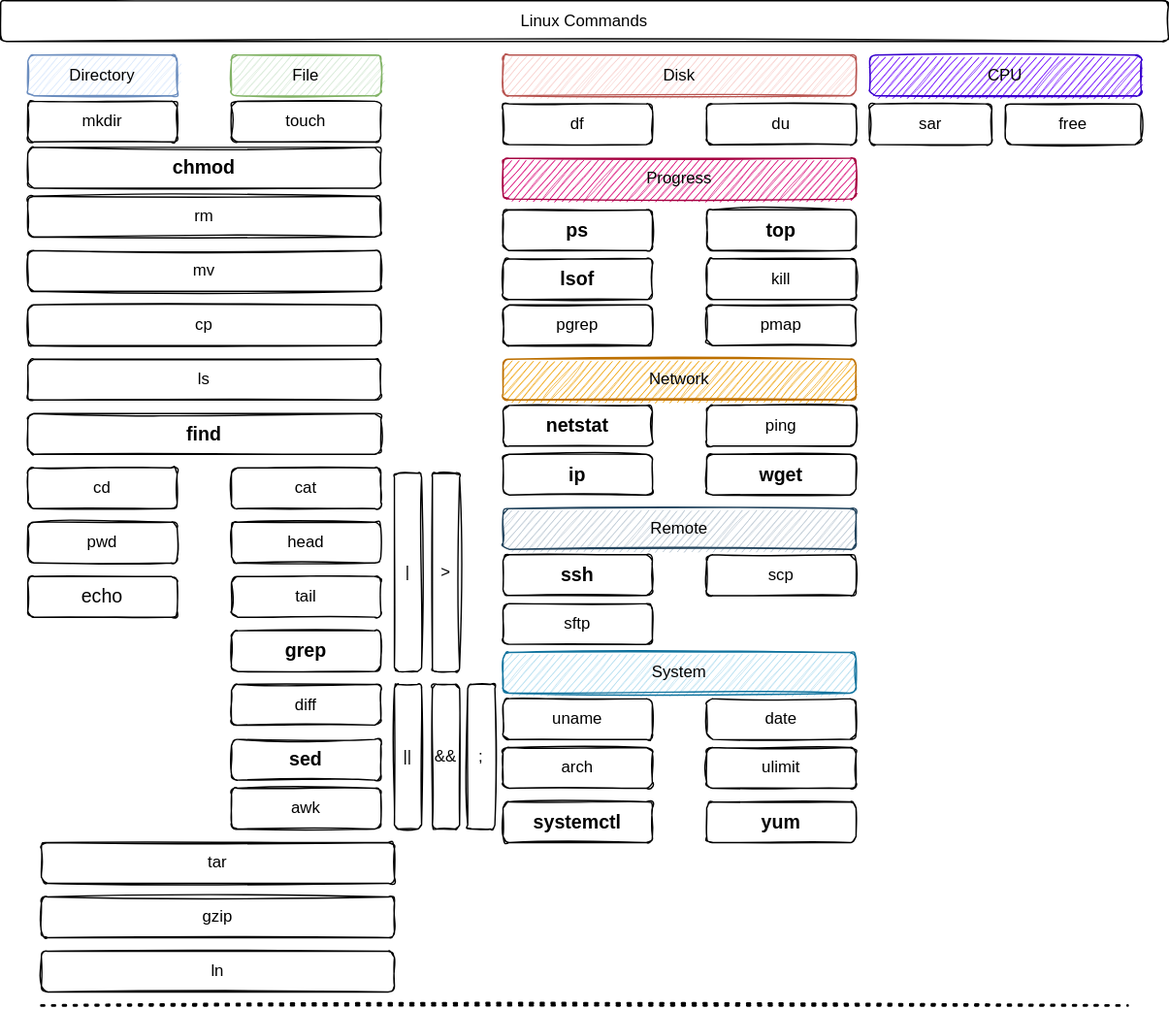
Earlier version of the draw.io export 03-工作环境/images/Linux-Commands.svg (cd-home/Root). Source tidied: cells renumbered, new cells last; positions are measured from the earlier drawing's top-left corner, leaving out a move shared by most shapes.
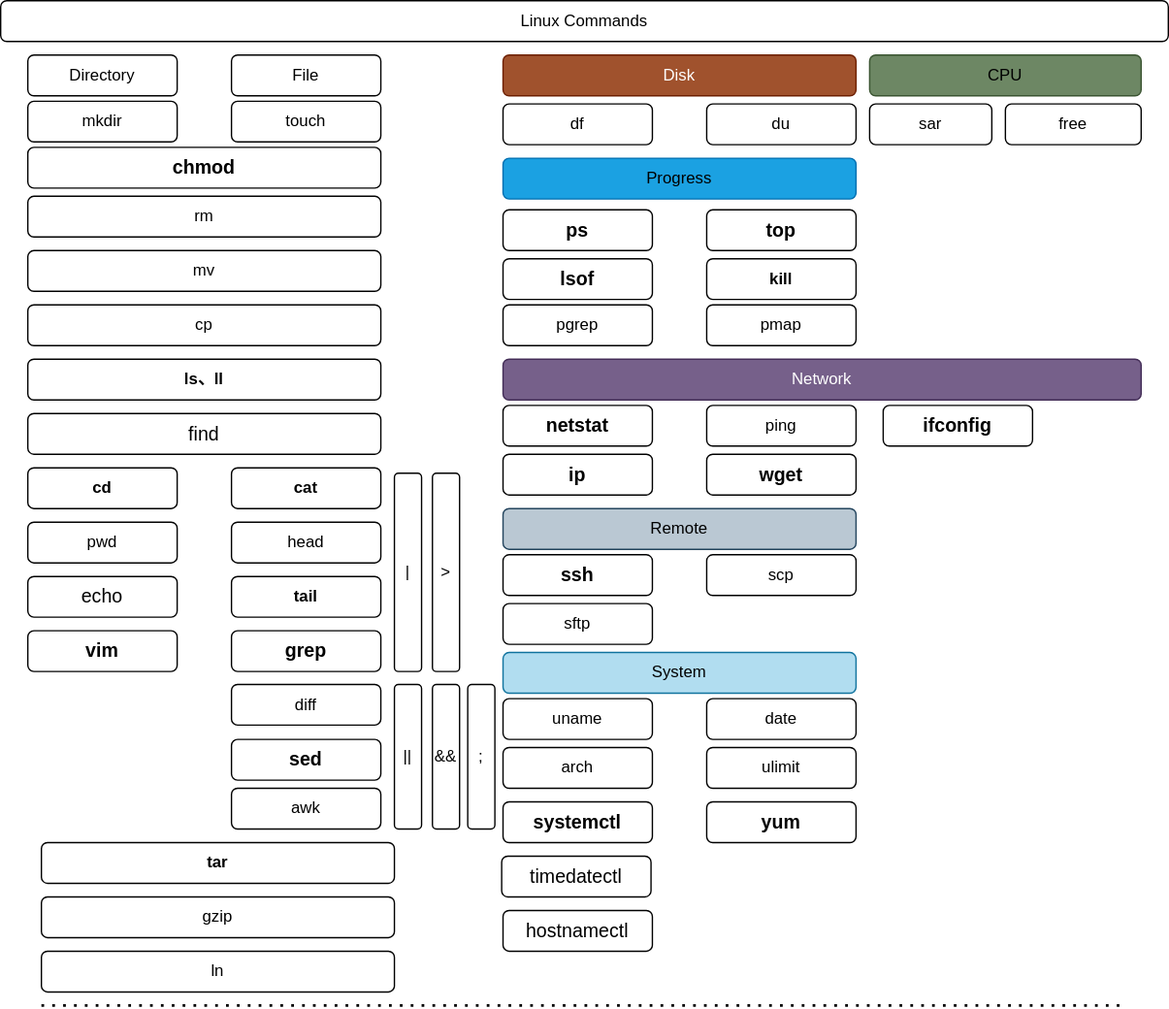
The same diagram one commit later.

The edit, as a diff of the source:
```diff
@@ -2,185 +2,197 @@
   <root>
     <mxCell id="0" />
     <mxCell id="1" parent="0" />
-    <mxCell id="2" value="Linux Commands" style="rounded=1;whiteSpace=wrap;html=1;sketch=1;" parent="1" vertex="1">
+    <mxCell id="2" value="Linux Commands" style="rounded=1;whiteSpace=wrap;html=1;" parent="1" vertex="1">
       <mxGeometry width="860" height="30" as="geometry" />
     </mxCell>
-    <mxCell id="3" value="mkdir" style="rounded=1;whiteSpace=wrap;html=1;sketch=1;" parent="1" vertex="1">
+    <mxCell id="3" value="mkdir" style="rounded=1;whiteSpace=wrap;html=1;" parent="1" vertex="1">
       <mxGeometry x="20" y="74" width="110" height="30" as="geometry" />
     </mxCell>
-    <mxCell id="4" value="touch" style="rounded=1;whiteSpace=wrap;html=1;sketch=1;" parent="1" vertex="1">
+    <mxCell id="4" value="touch" style="rounded=1;whiteSpace=wrap;html=1;" parent="1" vertex="1">
       <mxGeometry x="170" y="74" width="110" height="30" as="geometry" />
     </mxCell>
-    <mxCell id="5" value="rm" style="rounded=1;whiteSpace=wrap;html=1;sketch=1;" parent="1" vertex="1">
+    <mxCell id="5" value="rm" style="rounded=1;whiteSpace=wrap;html=1;" parent="1" vertex="1">
       <mxGeometry x="20" y="144" width="260" height="30" as="geometry" />
     </mxCell>
-    <mxCell id="6" value="mv" style="rounded=1;whiteSpace=wrap;html=1;sketch=1;" parent="1" vertex="1">
+    <mxCell id="6" value="mv" style="rounded=1;whiteSpace=wrap;html=1;" parent="1" vertex="1">
       <mxGeometry x="20" y="184" width="260" height="30" as="geometry" />
     </mxCell>
-    <mxCell id="7" value="cp" style="rounded=1;whiteSpace=wrap;html=1;sketch=1;" parent="1" vertex="1">
+    <mxCell id="7" value="cp" style="rounded=1;whiteSpace=wrap;html=1;" parent="1" vertex="1">
       <mxGeometry x="20" y="224" width="260" height="30" as="geometry" />
     </mxCell>
-    <mxCell id="8" value="ls" style="rounded=1;whiteSpace=wrap;html=1;sketch=1;" parent="1" vertex="1">
+    <mxCell id="8" value="&lt;b&gt;ls、ll&lt;/b&gt;" style="rounded=1;whiteSpace=wrap;html=1;" parent="1" vertex="1">
       <mxGeometry x="20" y="264" width="260" height="30" as="geometry" />
     </mxCell>
-    <mxCell id="9" value="find" style="rounded=1;whiteSpace=wrap;html=1;sketch=1;fontSize=14;fontStyle=1;" parent="1" vertex="1">
+    <mxCell id="9" value="&lt;span style=&quot;font-weight: normal;&quot;&gt;find&lt;/span&gt;" style="rounded=1;whiteSpace=wrap;html=1;fontSize=14;fontStyle=1;" parent="1" vertex="1">
       <mxGeometry x="20" y="304" width="260" height="30" as="geometry" />
     </mxCell>
-    <mxCell id="10" value="Directory" style="rounded=1;whiteSpace=wrap;html=1;sketch=1;fillColor=#dae8fc;strokeColor=#6c8ebf;" parent="1" vertex="1">
+    <mxCell id="10" value="Directory" style="rounded=1;whiteSpace=wrap;html=1;" parent="1" vertex="1">
       <mxGeometry x="20" y="40" width="110" height="30" as="geometry" />
     </mxCell>
-    <mxCell id="11" value="File" style="rounded=1;whiteSpace=wrap;html=1;sketch=1;fillColor=#d5e8d4;strokeColor=#82b366;" parent="1" vertex="1">
+    <mxCell id="11" value="File" style="rounded=1;whiteSpace=wrap;html=1;" parent="1" vertex="1">
       <mxGeometry x="170" y="40" width="110" height="30" as="geometry" />
     </mxCell>
-    <mxCell id="12" value="cd" style="rounded=1;whiteSpace=wrap;html=1;sketch=1;" parent="1" vertex="1">
+    <mxCell id="12" value="&lt;b&gt;cd&lt;/b&gt;" style="rounded=1;whiteSpace=wrap;html=1;" parent="1" vertex="1">
       <mxGeometry x="20" y="344" width="110" height="30" as="geometry" />
     </mxCell>
-    <mxCell id="13" value="cat" style="rounded=1;whiteSpace=wrap;html=1;sketch=1;" parent="1" vertex="1">
+    <mxCell id="13" value="&lt;b&gt;cat&lt;/b&gt;" style="rounded=1;whiteSpace=wrap;html=1;" parent="1" vertex="1">
       <mxGeometry x="170" y="344" width="110" height="30" as="geometry" />
     </mxCell>
-    <mxCell id="14" value="head" style="rounded=1;whiteSpace=wrap;html=1;sketch=1;" parent="1" vertex="1">
+    <mxCell id="14" value="head" style="rounded=1;whiteSpace=wrap;html=1;" parent="1" vertex="1">
       <mxGeometry x="170" y="384" width="110" height="30" as="geometry" />
     </mxCell>
-    <mxCell id="15" value="tail" style="rounded=1;whiteSpace=wrap;html=1;sketch=1;" parent="1" vertex="1">
+    <mxCell id="15" value="&lt;b&gt;tail&lt;/b&gt;" style="rounded=1;whiteSpace=wrap;html=1;" parent="1" vertex="1">
       <mxGeometry x="170" y="424" width="110" height="30" as="geometry" />
     </mxCell>
-    <mxCell id="16" value="grep" style="rounded=1;whiteSpace=wrap;html=1;sketch=1;fontStyle=1;fontSize=14;" parent="1" vertex="1">
+    <mxCell id="16" value="grep" style="rounded=1;whiteSpace=wrap;html=1;fontStyle=1;fontSize=14;" parent="1" vertex="1">
       <mxGeometry x="170" y="464" width="110" height="30" as="geometry" />
     </mxCell>
-    <mxCell id="17" value="pwd" style="rounded=1;whiteSpace=wrap;html=1;sketch=1;" parent="1" vertex="1">
+    <mxCell id="17" value="pwd" style="rounded=1;whiteSpace=wrap;html=1;" parent="1" vertex="1">
       <mxGeometry x="20" y="384" width="110" height="30" as="geometry" />
     </mxCell>
-    <mxCell id="18" value="diff" style="rounded=1;whiteSpace=wrap;html=1;sketch=1;" parent="1" vertex="1">
+    <mxCell id="18" value="diff" style="rounded=1;whiteSpace=wrap;html=1;" parent="1" vertex="1">
       <mxGeometry x="170" y="503.5" width="110" height="30" as="geometry" />
     </mxCell>
-    <mxCell id="19" value="chmod" style="rounded=1;whiteSpace=wrap;html=1;sketch=1;fontSize=14;fontStyle=1;" parent="1" vertex="1">
+    <mxCell id="19" value="chmod" style="rounded=1;whiteSpace=wrap;html=1;fontSize=14;fontStyle=1;" parent="1" vertex="1">
       <mxGeometry x="20" y="108" width="260" height="30" as="geometry" />
     </mxCell>
-    <mxCell id="20" value="sed" style="rounded=1;whiteSpace=wrap;html=1;sketch=1;fontStyle=1;fontSize=14;" parent="1" vertex="1">
+    <mxCell id="20" value="sed" style="rounded=1;whiteSpace=wrap;html=1;fontStyle=1;fontSize=14;" parent="1" vertex="1">
       <mxGeometry x="170" y="544" width="110" height="30" as="geometry" />
     </mxCell>
-    <mxCell id="21" value="|" style="rounded=1;whiteSpace=wrap;html=1;sketch=1;" parent="1" vertex="1">
+    <mxCell id="21" value="|" style="rounded=1;whiteSpace=wrap;html=1;" parent="1" vertex="1">
       <mxGeometry x="290" y="348" width="20" height="146" as="geometry" />
     </mxCell>
-    <mxCell id="22" value="&amp;gt;" style="rounded=1;whiteSpace=wrap;html=1;sketch=1;" parent="1" vertex="1">
+    <mxCell id="22" value="&amp;gt;" style="rounded=1;whiteSpace=wrap;html=1;" parent="1" vertex="1">
       <mxGeometry x="318" y="348" width="20" height="146" as="geometry" />
     </mxCell>
-    <mxCell id="23" value="awk" style="rounded=1;whiteSpace=wrap;html=1;sketch=1;" parent="1" vertex="1">
+    <mxCell id="23" value="awk" style="rounded=1;whiteSpace=wrap;html=1;" parent="1" vertex="1">
       <mxGeometry x="170" y="580" width="110" height="30" as="geometry" />
     </mxCell>
-    <mxCell id="24" value="Disk" style="rounded=1;whiteSpace=wrap;html=1;sketch=1;fillColor=#f8cecc;strokeColor=#b85450;" parent="1" vertex="1">
+    <mxCell id="24" value="Disk" style="rounded=1;whiteSpace=wrap;html=1;fillColor=#a0522d;strokeColor=#6D1F00;fontColor=#ffffff;" parent="1" vertex="1">
       <mxGeometry x="370" y="40" width="260" height="30" as="geometry" />
     </mxCell>
-    <mxCell id="25" value="df" style="rounded=1;whiteSpace=wrap;html=1;sketch=1;" parent="1" vertex="1">
+    <mxCell id="25" value="df" style="rounded=1;whiteSpace=wrap;html=1;" parent="1" vertex="1">
       <mxGeometry x="370" y="76" width="110" height="30" as="geometry" />
     </mxCell>
-    <mxCell id="26" value="du" style="rounded=1;whiteSpace=wrap;html=1;sketch=1;" parent="1" vertex="1">
+    <mxCell id="26" value="du" style="rounded=1;whiteSpace=wrap;html=1;" parent="1" vertex="1">
       <mxGeometry x="520" y="76" width="110" height="30" as="geometry" />
     </mxCell>
-    <mxCell id="27" value="tar" style="rounded=1;whiteSpace=wrap;html=1;sketch=1;" parent="1" vertex="1">
+    <mxCell id="27" value="&lt;b&gt;tar&lt;/b&gt;" style="rounded=1;whiteSpace=wrap;html=1;" parent="1" vertex="1">
       <mxGeometry x="30" y="620" width="260" height="30" as="geometry" />
     </mxCell>
-    <mxCell id="28" value="gzip" style="rounded=1;whiteSpace=wrap;html=1;sketch=1;" parent="1" vertex="1">
+    <mxCell id="28" value="gzip" style="rounded=1;whiteSpace=wrap;html=1;" parent="1" vertex="1">
       <mxGeometry x="30" y="660" width="260" height="30" as="geometry" />
     </mxCell>
-    <mxCell id="29" value="&lt;font color=&quot;#000000&quot;&gt;Progress&lt;/font&gt;" style="rounded=1;whiteSpace=wrap;html=1;sketch=1;fillColor=#d80073;strokeColor=#A50040;fontColor=#ffffff;" parent="1" vertex="1">
+    <mxCell id="29" value="&lt;font color=&quot;#000000&quot;&gt;Progress&lt;/font&gt;" style="rounded=1;whiteSpace=wrap;html=1;fillColor=#1ba1e2;strokeColor=#006EAF;fontColor=#ffffff;" parent="1" vertex="1">
       <mxGeometry x="370" y="116" width="260" height="30" as="geometry" />
     </mxCell>
-    <mxCell id="30" value="ps" style="rounded=1;whiteSpace=wrap;html=1;sketch=1;fontSize=14;fontStyle=1;" parent="1" vertex="1">
+    <mxCell id="30" value="ps" style="rounded=1;whiteSpace=wrap;html=1;fontSize=14;fontStyle=1;" parent="1" vertex="1">
       <mxGeometry x="370" y="154" width="110" height="30" as="geometry" />
     </mxCell>
-    <mxCell id="31" value="top" style="rounded=1;whiteSpace=wrap;html=1;sketch=1;fontSize=14;fontStyle=1;" parent="1" vertex="1">
+    <mxCell id="31" value="top" style="rounded=1;whiteSpace=wrap;html=1;fontSize=14;fontStyle=1;" parent="1" vertex="1">
       <mxGeometry x="520" y="154" width="110" height="30" as="geometry" />
     </mxCell>
-    <mxCell id="32" value="lsof" style="rounded=1;whiteSpace=wrap;html=1;sketch=1;fontSize=14;fontStyle=1;" parent="1" vertex="1">
+    <mxCell id="32" value="lsof" style="rounded=1;whiteSpace=wrap;html=1;fontSize=14;fontStyle=1;" parent="1" vertex="1">
       <mxGeometry x="370" y="190" width="110" height="30" as="geometry" />
     </mxCell>
-    <mxCell id="33" value="kill" style="rounded=1;whiteSpace=wrap;html=1;sketch=1;" parent="1" vertex="1">
+    <mxCell id="33" value="kill" style="rounded=1;whiteSpace=wrap;html=1;fontStyle=1;" parent="1" vertex="1">
       <mxGeometry x="520" y="190" width="110" height="30" as="geometry" />
     </mxCell>
-    <mxCell id="34" value="pgrep" style="rounded=1;whiteSpace=wrap;html=1;sketch=1;" parent="1" vertex="1">
+    <mxCell id="34" value="pgrep" style="rounded=1;whiteSpace=wrap;html=1;" parent="1" vertex="1">
       <mxGeometry x="370" y="224" width="110" height="30" as="geometry" />
     </mxCell>
-    <mxCell id="35" value="pmap" style="rounded=1;whiteSpace=wrap;html=1;sketch=1;" parent="1" vertex="1">
+    <mxCell id="35" value="pmap" style="rounded=1;whiteSpace=wrap;html=1;" parent="1" vertex="1">
       <mxGeometry x="520" y="224" width="110" height="30" as="geometry" />
     </mxCell>
-    <mxCell id="36" value="||" style="rounded=1;whiteSpace=wrap;html=1;sketch=1;" parent="1" vertex="1">
+    <mxCell id="36" value="||" style="rounded=1;whiteSpace=wrap;html=1;" parent="1" vertex="1">
       <mxGeometry x="290" y="503.5" width="20" height="106.5" as="geometry" />
     </mxCell>
-    <mxCell id="37" value="&amp;amp;&amp;amp;" style="rounded=1;whiteSpace=wrap;html=1;sketch=1;" parent="1" vertex="1">
+    <mxCell id="37" value="&amp;amp;&amp;amp;" style="rounded=1;whiteSpace=wrap;html=1;" parent="1" vertex="1">
       <mxGeometry x="318" y="503.5" width="20" height="106.5" as="geometry" />
     </mxCell>
-    <mxCell id="38" value="Network" style="rounded=1;whiteSpace=wrap;html=1;sketch=1;fillColor=#f0a30a;strokeColor=#BD7000;fontColor=#000000;" parent="1" vertex="1">
-      <mxGeometry x="370" y="264" width="260" height="30" as="geometry" />
+    <mxCell id="38" value="Network" style="rounded=1;whiteSpace=wrap;html=1;fillColor=#76608a;strokeColor=#432D57;fontColor=#ffffff;" parent="1" vertex="1">
+      <mxGeometry x="370" y="264" width="470" height="30" as="geometry" />
     </mxCell>
-    <mxCell id="39" value="netstat" style="rounded=1;whiteSpace=wrap;html=1;sketch=1;fontSize=14;fontStyle=1;" parent="1" vertex="1">
+    <mxCell id="39" value="netstat" style="rounded=1;whiteSpace=wrap;html=1;fontSize=14;fontStyle=1;" parent="1" vertex="1">
       <mxGeometry x="370" y="298" width="110" height="30" as="geometry" />
     </mxCell>
-    <mxCell id="40" value="ping" style="rounded=1;whiteSpace=wrap;html=1;sketch=1;" parent="1" vertex="1">
+    <mxCell id="40" value="ping" style="rounded=1;whiteSpace=wrap;html=1;" parent="1" vertex="1">
       <mxGeometry x="520" y="298" width="110" height="30" as="geometry" />
     </mxCell>
-    <mxCell id="41" value="ip" style="rounded=1;whiteSpace=wrap;html=1;sketch=1;fontSize=14;fontStyle=1;" parent="1" vertex="1">
+    <mxCell id="41" value="ip" style="rounded=1;whiteSpace=wrap;html=1;fontSize=14;fontStyle=1;" parent="1" vertex="1">
       <mxGeometry x="370" y="334" width="110" height="30" as="geometry" />
     </mxCell>
-    <mxCell id="42" value="wget" style="rounded=1;whiteSpace=wrap;html=1;sketch=1;fontSize=14;fontStyle=1;" parent="1" vertex="1">
+    <mxCell id="42" value="wget" style="rounded=1;whiteSpace=wrap;html=1;fontSize=14;fontStyle=1;" parent="1" vertex="1">
       <mxGeometry x="520" y="334" width="110" height="30" as="geometry" />
     </mxCell>
-    <mxCell id="43" value="Remote" style="rounded=1;whiteSpace=wrap;html=1;sketch=1;fillColor=#bac8d3;strokeColor=#23445d;" parent="1" vertex="1">
+    <mxCell id="43" value="Remote" style="rounded=1;whiteSpace=wrap;html=1;fillColor=#bac8d3;strokeColor=#23445d;" parent="1" vertex="1">
       <mxGeometry x="370" y="374" width="260" height="30" as="geometry" />
     </mxCell>
-    <mxCell id="44" value="ssh" style="rounded=1;whiteSpace=wrap;html=1;sketch=1;fontSize=14;fontStyle=1;" parent="1" vertex="1">
+    <mxCell id="44" value="ssh" style="rounded=1;whiteSpace=wrap;html=1;fontSize=14;fontStyle=1;" parent="1" vertex="1">
       <mxGeometry x="370" y="408" width="110" height="30" as="geometry" />
     </mxCell>
-    <mxCell id="45" value="scp" style="rounded=1;whiteSpace=wrap;html=1;sketch=1;" parent="1" vertex="1">
+    <mxCell id="45" value="scp" style="rounded=1;whiteSpace=wrap;html=1;" parent="1" vertex="1">
       <mxGeometry x="520" y="408" width="110" height="30" as="geometry" />
     </mxCell>
-    <mxCell id="46" value="sftp" style="rounded=1;whiteSpace=wrap;html=1;sketch=1;" parent="1" vertex="1">
+    <mxCell id="46" value="sftp" style="rounded=1;whiteSpace=wrap;html=1;" parent="1" vertex="1">
       <mxGeometry x="370" y="444" width="110" height="30" as="geometry" />
     </mxCell>
-    <mxCell id="47" value="System" style="rounded=1;whiteSpace=wrap;html=1;sketch=1;fillColor=#b1ddf0;strokeColor=#10739e;" parent="1" vertex="1">
+    <mxCell id="47" value="System" style="rounded=1;whiteSpace=wrap;html=1;fillColor=#b1ddf0;strokeColor=#10739e;" parent="1" vertex="1">
       <mxGeometry x="370" y="480" width="260" height="30" as="geometry" />
     </mxCell>
-    <mxCell id="48" value="uname" style="rounded=1;whiteSpace=wrap;html=1;sketch=1;" parent="1" vertex="1">
+    <mxCell id="48" value="uname" style="rounded=1;whiteSpace=wrap;html=1;" parent="1" vertex="1">
       <mxGeometry x="370" y="514" width="110" height="30" as="geometry" />
     </mxCell>
-    <mxCell id="49" value="date" style="rounded=1;whiteSpace=wrap;html=1;sketch=1;" parent="1" vertex="1">
+    <mxCell id="49" value="date" style="rounded=1;whiteSpace=wrap;html=1;" parent="1" vertex="1">
       <mxGeometry x="520" y="514" width="110" height="30" as="geometry" />
     </mxCell>
-    <mxCell id="50" value="arch" style="rounded=1;whiteSpace=wrap;html=1;sketch=1;" parent="1" vertex="1">
+    <mxCell id="50" value="arch" style="rounded=1;whiteSpace=wrap;html=1;" parent="1" vertex="1">
       <mxGeometry x="370" y="550" width="110" height="30" as="geometry" />
     </mxCell>
-    <mxCell id="51" value="ulimit" style="rounded=1;whiteSpace=wrap;html=1;sketch=1;" parent="1" vertex="1">
+    <mxCell id="51" value="ulimit" style="rounded=1;whiteSpace=wrap;html=1;" parent="1" vertex="1">
       <mxGeometry x="520" y="550" width="110" height="30" as="geometry" />
     </mxCell>
-    <mxCell id="52" value="ln" style="rounded=1;whiteSpace=wrap;html=1;sketch=1;" parent="1" vertex="1">
+    <mxCell id="52" value="ln" style="rounded=1;whiteSpace=wrap;html=1;" parent="1" vertex="1">
       <mxGeometry x="30" y="700" width="260" height="30" as="geometry" />
     </mxCell>
-    <mxCell id="53" value=";" style="rounded=1;whiteSpace=wrap;html=1;sketch=1;" parent="1" vertex="1">
+    <mxCell id="53" value=";" style="rounded=1;whiteSpace=wrap;html=1;" parent="1" vertex="1">
       <mxGeometry x="344" y="503.5" width="20" height="106.5" as="geometry" />
     </mxCell>
-    <mxCell id="54" value="&lt;font color=&quot;#000000&quot;&gt;CPU&lt;/font&gt;" style="rounded=1;whiteSpace=wrap;html=1;sketch=1;fillColor=#6a00ff;strokeColor=#3700CC;fontColor=#ffffff;" parent="1" vertex="1">
+    <mxCell id="54" value="&lt;font color=&quot;#000000&quot;&gt;CPU&lt;/font&gt;" style="rounded=1;whiteSpace=wrap;html=1;fillColor=#6d8764;strokeColor=#3A5431;fontColor=#ffffff;" parent="1" vertex="1">
       <mxGeometry x="640" y="40" width="200" height="30" as="geometry" />
     </mxCell>
-    <mxCell id="55" value="sar" style="rounded=1;whiteSpace=wrap;html=1;sketch=1;" parent="1" vertex="1">
+    <mxCell id="55" value="sar" style="rounded=1;whiteSpace=wrap;html=1;" parent="1" vertex="1">
       <mxGeometry x="640" y="76" width="90" height="30" as="geometry" />
     </mxCell>
-    <mxCell id="56" value="free" style="rounded=1;whiteSpace=wrap;html=1;sketch=1;" parent="1" vertex="1">
+    <mxCell id="56" value="free" style="rounded=1;whiteSpace=wrap;html=1;" parent="1" vertex="1">
       <mxGeometry x="740" y="76" width="100" height="30" as="geometry" />
     </mxCell>
-    <mxCell id="57" value="echo" style="rounded=1;whiteSpace=wrap;html=1;sketch=1;fontSize=14;fontColor=#000000;" parent="1" vertex="1">
+    <mxCell id="57" value="echo" style="rounded=1;whiteSpace=wrap;html=1;fontSize=14;fontColor=#000000;" parent="1" vertex="1">
       <mxGeometry x="20" y="424" width="110" height="30" as="geometry" />
     </mxCell>
-    <mxCell id="58" value="systemctl" style="rounded=1;whiteSpace=wrap;html=1;sketch=1;fontSize=14;fontStyle=1;" parent="1" vertex="1">
+    <mxCell id="58" value="systemctl" style="rounded=1;whiteSpace=wrap;html=1;fontSize=14;fontStyle=1;" parent="1" vertex="1">
       <mxGeometry x="370" y="590" width="110" height="30" as="geometry" />
     </mxCell>
-    <mxCell id="59" value="yum" style="rounded=1;whiteSpace=wrap;html=1;sketch=1;fontSize=14;fontStyle=1;" parent="1" vertex="1">
+    <mxCell id="59" value="yum" style="rounded=1;whiteSpace=wrap;html=1;fontSize=14;fontStyle=1;" parent="1" vertex="1">
       <mxGeometry x="520" y="590" width="110" height="30" as="geometry" />
     </mxCell>
-    <mxCell id="60" style="endArrow=none;dashed=1;html=1;dashPattern=1 3;strokeWidth=2;rounded=0;sketch=1;fontSize=14;fontColor=#000000;" parent="1" edge="1">
+    <mxCell id="60" style="endArrow=none;dashed=1;html=1;dashPattern=1 3;strokeWidth=2;rounded=0;fontSize=14;fontColor=#000000;" parent="1" edge="1">
       <mxGeometry relative="1" as="geometry">
         <mxPoint x="30" y="740" as="sourcePoint" />
         <mxPoint x="830" y="740" as="targetPoint" />
       </mxGeometry>
     </mxCell>
+    <mxCell id="61" value="&lt;span style=&quot;font-weight: normal;&quot;&gt;timedatectl&lt;/span&gt;" style="rounded=1;whiteSpace=wrap;html=1;fontSize=14;fontStyle=1;" parent="1" vertex="1">
+      <mxGeometry x="369" y="630" width="110" height="30" as="geometry" />
+    </mxCell>
+    <mxCell id="62" value="&lt;span style=&quot;font-weight: normal;&quot;&gt;hostnamectl&lt;/span&gt;" style="rounded=1;whiteSpace=wrap;html=1;fontSize=14;fontStyle=1;" parent="1" vertex="1">
+      <mxGeometry x="370" y="670" width="110" height="30" as="geometry" />
+    </mxCell>
+    <mxCell id="63" value="&lt;b&gt;vim&lt;/b&gt;" style="rounded=1;whiteSpace=wrap;html=1;fontSize=14;fontColor=#000000;" parent="1" vertex="1">
+      <mxGeometry x="20" y="464" width="110" height="30" as="geometry" />
+    </mxCell>
+    <mxCell id="64" value="ifconfig" style="rounded=1;whiteSpace=wrap;html=1;fontSize=14;fontStyle=1;" parent="1" vertex="1">
+      <mxGeometry x="650" y="298" width="110" height="30" as="geometry" />
+    </mxCell>
   </root>
 </mxGraphModel>
```
